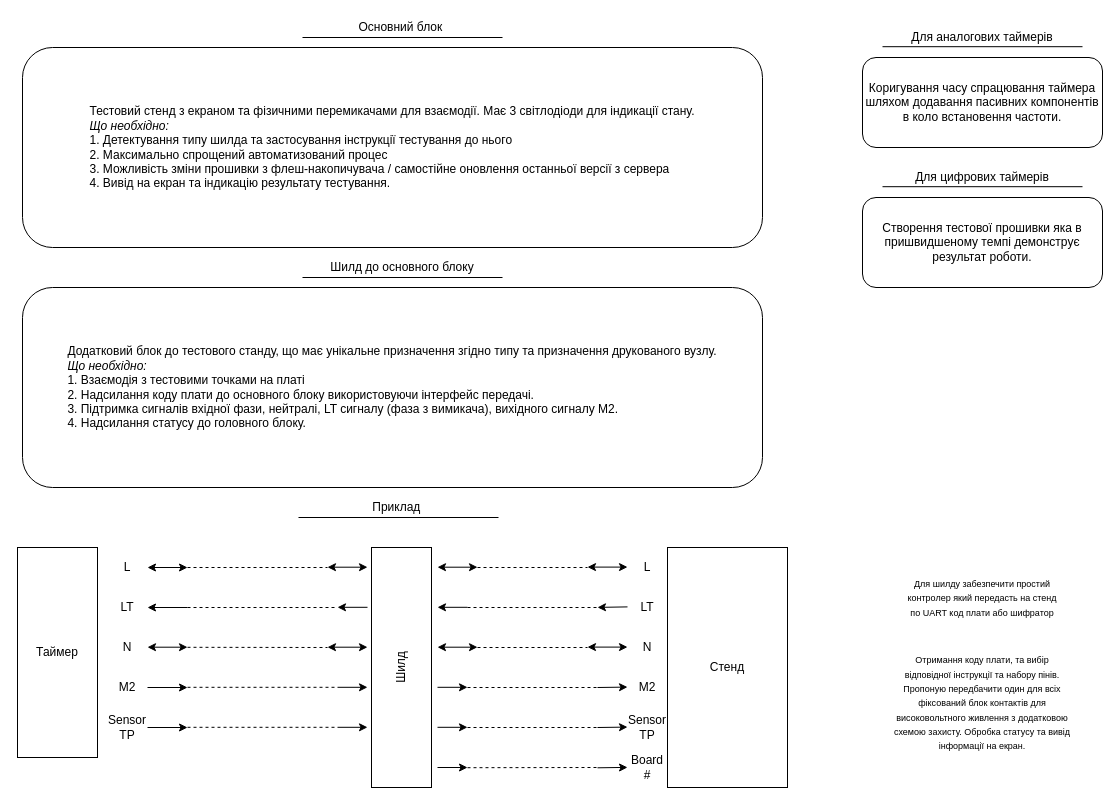
The draw.io diagram page "ТЗ" (3 of 11) of ТЗ.drawio in bposternak/tz_repo, before the edit. Source tidied: cells renumbered, new cells numbered last; positions are measured from the earlier drawing's top-left corner, leaving out a move shared by most shapes. Both pictures are drawn from the tidied source at 100%, with x=0, y=0 at pixel (17, 17).
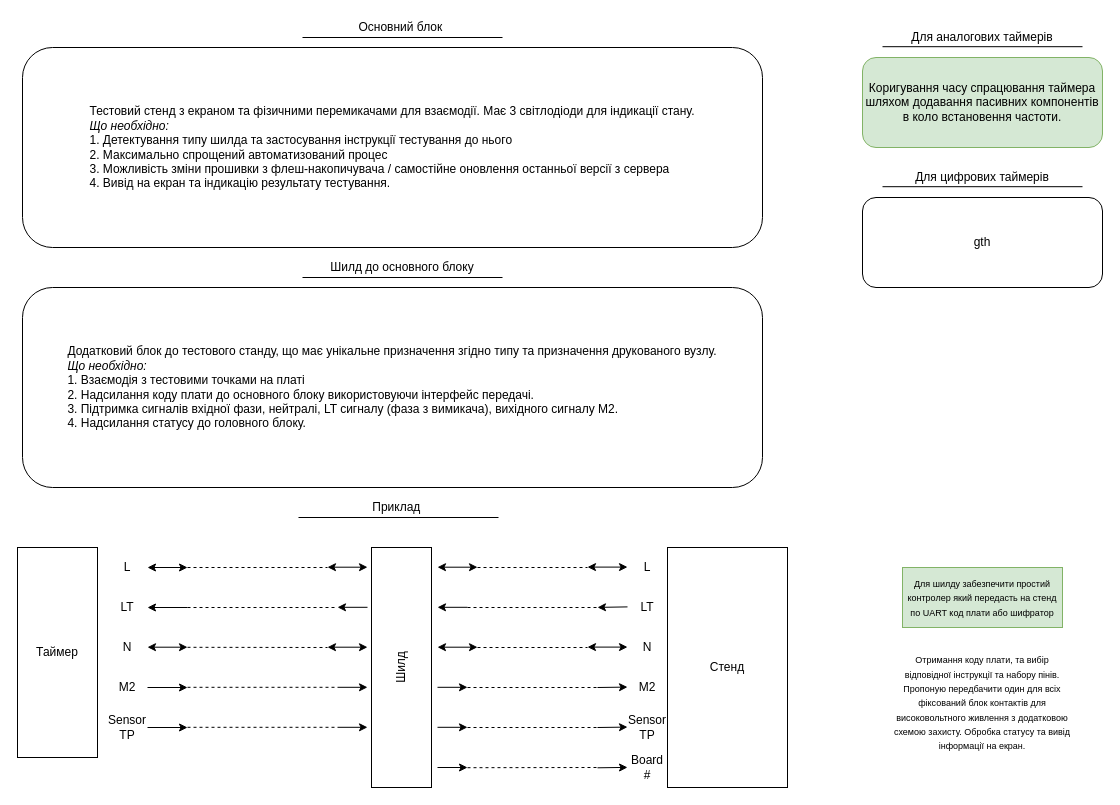
After the change.

Diff of the diagram source:
```diff
@@
-    <mxCell id="2" value="Коригування часу спрацювання таймера шляхом додавання пасивних компонентів в коло встановення частоти." style="rounded=1;whiteSpace=wrap;html=1;" parent="1" vertex="1">
+    <mxCell id="2" value="Коригування часу спрацювання таймера шляхом додавання пасивних компонентів в коло встановення частоти." style="rounded=1;whiteSpace=wrap;html=1;fillColor=#d5e8d4;strokeColor=#82b366;" parent="1" vertex="1">
       <mxGeometry x="845" y="40" width="240" height="90" as="geometry" />
     </mxCell>
-    <mxCell id="3" value="Створення тестової прошивки яка в пришвидшеному темпі демонструє результат роботи." style="rounded=1;whiteSpace=wrap;html=1;" parent="1" vertex="1">
+    <mxCell id="3" value="gth" style="rounded=1;whiteSpace=wrap;html=1;" parent="1" vertex="1">
       <mxGeometry x="845" y="180" width="240" height="90" as="geometry" />
     </mxCell>
@@
-    <mxCell id="63" value="&lt;font style=&quot;font-size: 9px&quot;&gt;Для шилду забезпечити простий контролер який передасть на стенд по UART код плати або шифратор&lt;/font&gt;" style="text;html=1;strokeColor=none;fillColor=none;align=center;verticalAlign=middle;whiteSpace=wrap;rounded=0;glass=0;" parent="1" vertex="1">
+    <mxCell id="63" value="&lt;font style=&quot;font-size: 9px&quot;&gt;Для шилду забезпечити простий контролер який передасть на стенд по UART код плати або шифратор&lt;/font&gt;" style="text;html=1;strokeColor=#82b366;fillColor=#d5e8d4;align=center;verticalAlign=middle;whiteSpace=wrap;rounded=0;glass=0;" parent="1" vertex="1">
       <mxGeometry x="885" y="550" width="160" height="60" as="geometry" />
     </mxCell>
```
